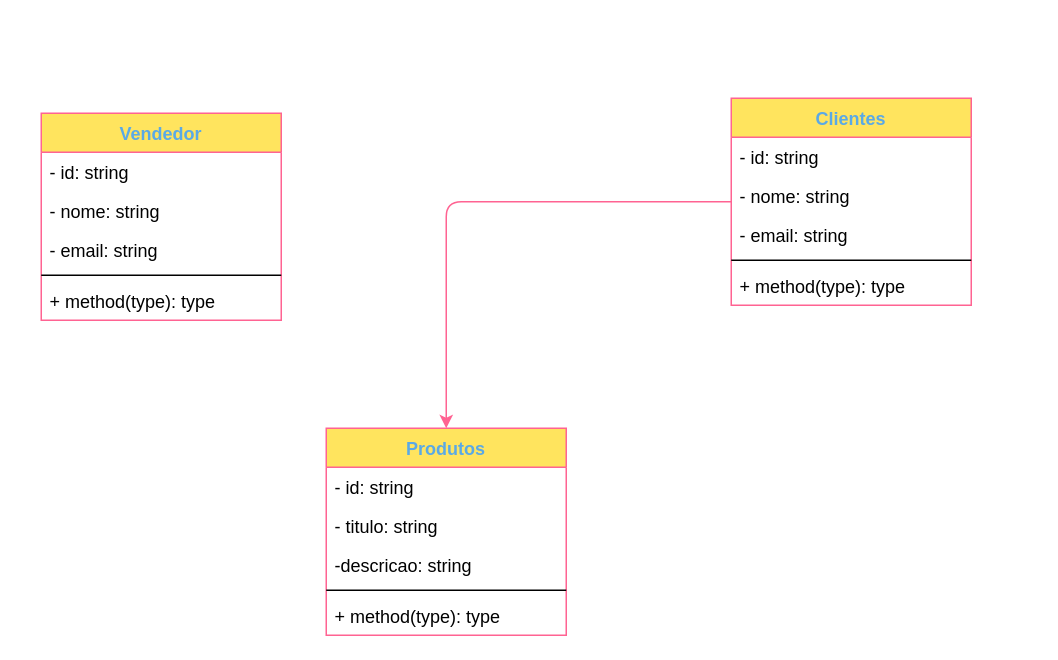
Before: Untitled Diagram.drawio in dbiss01/teste_, a draw.io diagram. Source tidied: cells renumbered, new cells numbered last; positions are measured from the earlier drawing's top-left corner, leaving out a move shared by most shapes. Both pictures are drawn from the tidied source at 150%, with x=0, y=0 at pixel (40, 98).
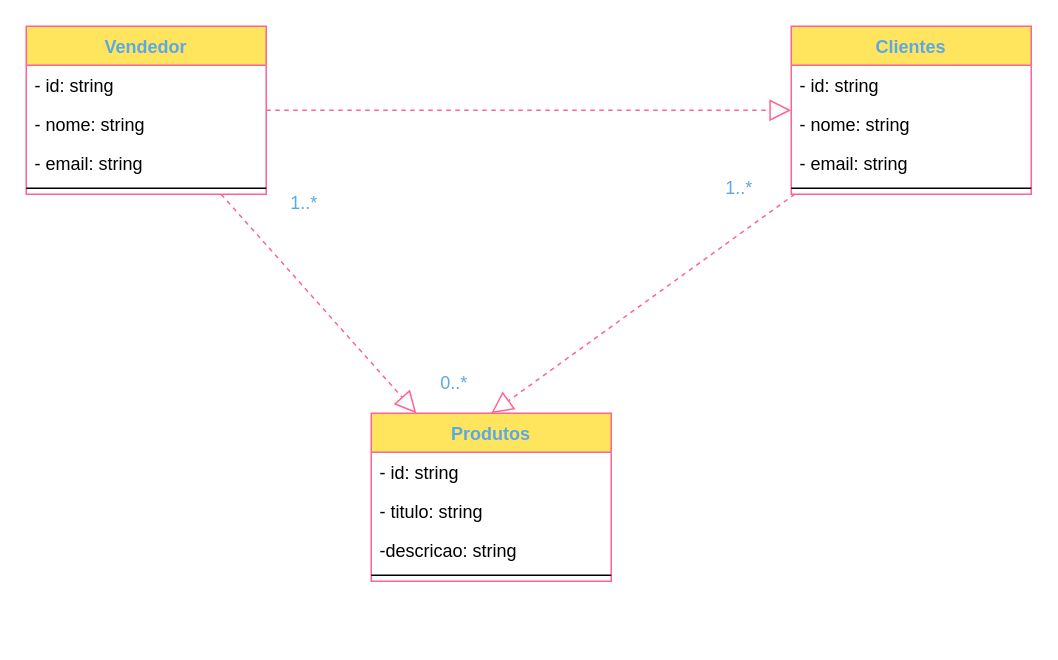
After the change.

The edit, as a diff of the source:
```diff
@@
     <mxCell id="2" value="Vendedor" style="swimlane;fontStyle=1;align=center;verticalAlign=top;horizontal=1;startSize=26;rounded=0;sketch=0;fontColor=#5AA9E6;strokeColor=#FF6392;fillColor=#FFE45E;" parent="1" vertex="1">
-      <mxGeometry y="10" width="160" height="138" as="geometry" />
+      <mxGeometry x="-10" y="-48" width="160" height="112" as="geometry" />
     </mxCell>
@@
-    <mxCell id="7" value="+ method(type): type" style="text;strokeColor=none;fillColor=none;align=left;verticalAlign=top;spacingLeft=4;spacingRight=4;overflow=hidden;" parent="2" vertex="1">
-      <mxGeometry y="112" width="160" height="26" as="geometry" />
-    </mxCell>
-    <mxCell id="8" style="edgeStyle=orthogonalEdgeStyle;curved=0;rounded=1;sketch=0;jettySize=auto;html=1;fontColor=#5AA9E6;strokeColor=#FF6392;fillColor=#FFE45E;" parent="1" edge="1" source="9" target="15">
-      <mxGeometry relative="1" as="geometry">
-        <Array as="points">
-          <mxPoint x="270" y="69" />
-        </Array>
-      </mxGeometry>
-    </mxCell>
     <mxCell id="9" value="Clientes" style="swimlane;fontStyle=1;align=center;verticalAlign=top;horizontal=1;startSize=26;rounded=0;sketch=0;fontColor=#5AA9E6;strokeColor=#FF6392;fillColor=#FFE45E;" parent="1" vertex="1">
-      <mxGeometry x="460" width="160" height="138" as="geometry" />
+      <mxGeometry x="500" y="-48" width="160" height="112" as="geometry" />
     </mxCell>
@@
-    <mxCell id="14" value="+ method(type): type" style="text;strokeColor=none;fillColor=none;align=left;verticalAlign=top;spacingLeft=4;spacingRight=4;overflow=hidden;" parent="9" vertex="1">
-      <mxGeometry y="112" width="160" height="26" as="geometry" />
-    </mxCell>
     <mxCell id="15" value="Produtos" style="swimlane;fontStyle=1;align=center;verticalAlign=top;horizontal=1;startSize=26;rounded=0;sketch=0;fontColor=#5AA9E6;strokeColor=#FF6392;fillColor=#FFE45E;" parent="1" vertex="1">
-      <mxGeometry x="190" y="220" width="160" height="138" as="geometry" />
+      <mxGeometry x="220" y="210" width="160" height="112" as="geometry" />
     </mxCell>
@@
-    <mxCell id="20" value="+ method(type): type" style="text;strokeColor=none;fillColor=none;align=left;verticalAlign=top;spacingLeft=4;spacingRight=4;overflow=hidden;" parent="15" vertex="1">
-      <mxGeometry y="112" width="160" height="26" as="geometry" />
-    </mxCell>
+    <mxCell id="8" style="endArrow=block;dashed=1;endFill=0;endSize=12;html=1;fontColor=#5AA9E6;strokeColor=#FF6392;fillColor=#FFE45E;entryX=0.5;entryY=0;entryDx=0;entryDy=0;" parent="1" edge="1" source="9" target="15">
+      <mxGeometry relative="1" as="geometry" />
+    </mxCell>
+    <mxCell id="21" value="1..*" style="text;html=1;align=center;verticalAlign=middle;strokeColor=none;fontColor=#5AA9E6;" parent="1" vertex="1">
+      <mxGeometry x="450" y="50" width="30" height="20" as="geometry" />
+    </mxCell>
+    <mxCell id="22" style="endArrow=block;dashed=1;endFill=0;endSize=12;html=1;fontColor=#5AA9E6;strokeColor=#FF6392;fillColor=#FFE45E;" parent="1" edge="1" source="2" target="9">
+      <mxGeometry relative="1" as="geometry" />
+    </mxCell>
+    <mxCell id="23" style="endArrow=block;dashed=1;endFill=0;endSize=12;html=1;fontColor=#5AA9E6;strokeColor=#FF6392;fillColor=#FFE45E;" parent="1" edge="1" source="2" target="15">
+      <mxGeometry relative="1" as="geometry" />
+    </mxCell>
+    <mxCell id="24" value="0..*" style="text;html=1;align=center;verticalAlign=middle;strokeColor=none;fontColor=#5AA9E6;" parent="1" vertex="1">
+      <mxGeometry x="260" y="180" width="30" height="20" as="geometry" />
+    </mxCell>
+    <mxCell id="25" value="1..*" style="text;html=1;align=center;verticalAlign=middle;strokeColor=none;fontColor=#5AA9E6;" parent="1" vertex="1">
+      <mxGeometry x="160" y="60" width="30" height="20" as="geometry" />
+    </mxCell>
```
